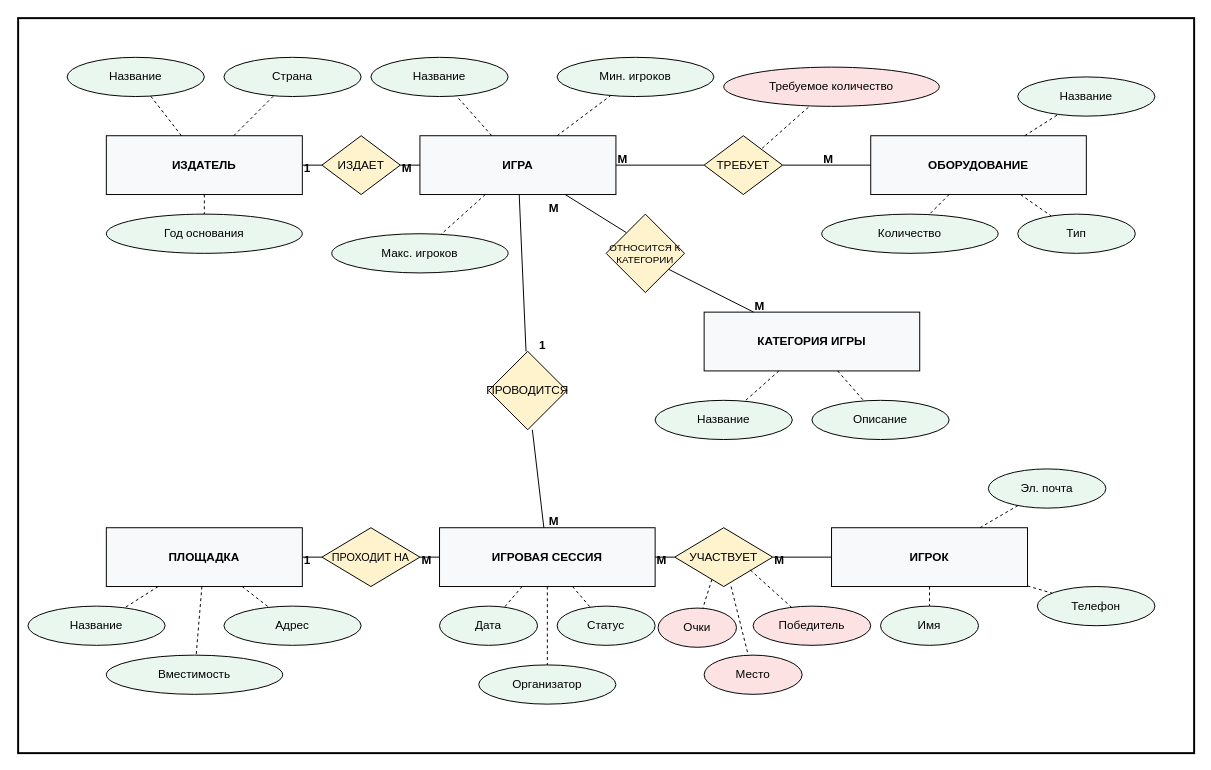
Earlier version of the draw.io diagram page "1. Диаграмма Чена (ER)" (1 of 3) of отчет/диаграммы.drawio (akostt/games-sharp). Source tidied: cells renumbered, new cells numbered last; positions are measured from the earlier drawing's top-left corner, leaving out a move shared by most shapes. Both pictures are drawn from the tidied source at 98%, with x=0, y=0 at pixel (18, 18).
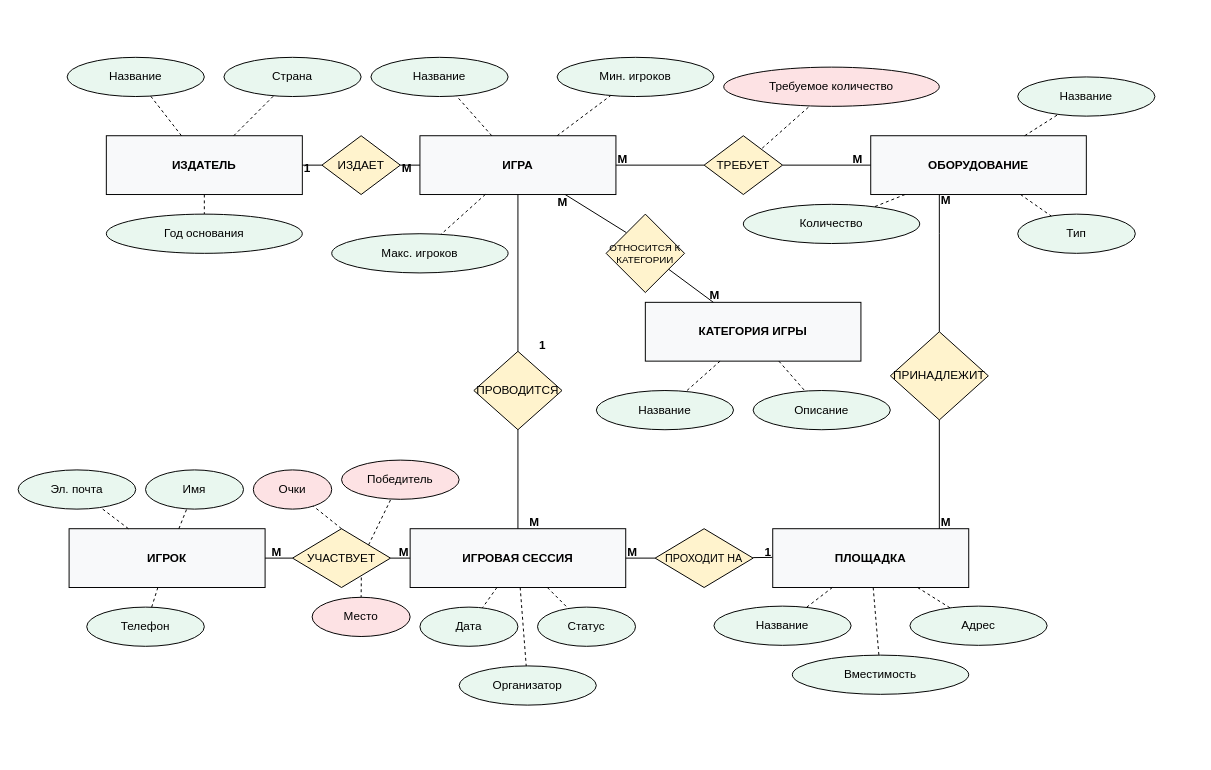
After the change.

The change refers to these unchanged cells:
```xml
<mxCell id="6" value="ОБОРУДОВАНИЕ" style="shape=rectangle;whiteSpace=wrap;html=1;strokeColor=#000000;fillColor=#f8f9fa;fontStyle=1;" parent="1" vertex="1">
  <mxGeometry x="870" y="120" width="220" height="60" as="geometry" />
</mxCell>
```

Diff of the diagram source:
```diff
@@
-    <mxCell id="2" style="shape=rectangle;whiteSpace=wrap;html=1;strokeColor=#000000;fillColor=none;strokeWidth=2;" parent="1" vertex="1">
-      <mxGeometry width="1200" height="750" as="geometry" />
-    </mxCell>
@@
     <mxCell id="5" value="КАТЕГОРИЯ ИГРЫ" style="shape=rectangle;whiteSpace=wrap;html=1;strokeColor=#000000;fillColor=#f8f9fa;fontStyle=1;" parent="1" vertex="1">
-      <mxGeometry x="700" y="300" width="220" height="60" as="geometry" />
+      <mxGeometry x="640" y="290" width="220" height="60" as="geometry" />
     </mxCell>
+    <mxCell id="88" style="edgeStyle=orthogonalEdgeStyle;rounded=0;jettySize=auto;html=1;endArrow=none;endFill=0;" parent="1" edge="1" source="6" target="89">
+      <mxGeometry relative="1" as="geometry">
+        <Array as="points">
+          <mxPoint x="940" y="220" />
+          <mxPoint x="940" y="220" />
+        </Array>
+      </mxGeometry>
+    </mxCell>
@@
     <mxCell id="7" value="ПЛОЩАДКА" style="shape=rectangle;whiteSpace=wrap;html=1;strokeColor=#000000;fillColor=#f8f9fa;fontStyle=1;" parent="1" vertex="1">
-      <mxGeometry x="90" y="520" width="200" height="60" as="geometry" />
+      <mxGeometry x="770" y="521" width="200" height="60" as="geometry" />
     </mxCell>
     <mxCell id="8" value="ИГРОВАЯ СЕССИЯ" style="shape=rectangle;whiteSpace=wrap;html=1;strokeColor=#000000;fillColor=#f8f9fa;fontStyle=1;" parent="1" vertex="1">
-      <mxGeometry x="430" y="520" width="220" height="60" as="geometry" />
+      <mxGeometry x="400" y="521" width="220" height="60" as="geometry" />
     </mxCell>
     <mxCell id="9" value="ИГРОК" style="shape=rectangle;whiteSpace=wrap;html=1;strokeColor=#000000;fillColor=#f8f9fa;fontStyle=1;" parent="1" vertex="1">
-      <mxGeometry x="830" y="520" width="200" height="60" as="geometry" />
+      <mxGeometry x="52" y="521" width="200" height="60" as="geometry" />
     </mxCell>
@@
     <mxCell id="13" value="ПРОВОДИТСЯ" style="shape=rhombus;whiteSpace=wrap;html=1;strokeColor=#000000;fillColor=#fff3cd;" parent="1" vertex="1">
-      <mxGeometry x="480" y="340" width="80" height="80" as="geometry" />
+      <mxGeometry x="465" y="340" width="90" height="80" as="geometry" />
     </mxCell>
     <mxCell id="14" value="ПРОХОДИТ НА" style="shape=rhombus;whiteSpace=wrap;html=1;strokeColor=#000000;fillColor=#fff3cd;fontSize=11;" parent="1" vertex="1">
-      <mxGeometry x="310" y="520" width="100" height="60" as="geometry" />
+      <mxGeometry x="650" y="521" width="100" height="60" as="geometry" />
     </mxCell>
     <mxCell id="15" value="УЧАСТВУЕТ" style="shape=rhombus;whiteSpace=wrap;html=1;strokeColor=#000000;fillColor=#fff3cd;" parent="1" vertex="1">
-      <mxGeometry x="670" y="520" width="100" height="60" as="geometry" />
+      <mxGeometry x="280" y="521" width="100" height="60" as="geometry" />
     </mxCell>
@@
     <mxCell id="18" value="М" style="text;html=1;strokeColor=none;fillColor=none;fontStyle=1;" parent="1" vertex="1">
-      <mxGeometry x="540" y="180" width="20" height="20" as="geometry" />
+      <mxGeometry x="549" y="174" width="20" height="20" as="geometry" />
     </mxCell>
     <mxCell id="19" value="М" style="text;html=1;strokeColor=none;fillColor=none;fontStyle=1;" parent="1" vertex="1">
-      <mxGeometry x="750" y="280" width="20" height="20" as="geometry" />
+      <mxGeometry x="704" y="269" width="20" height="20" as="geometry" />
     </mxCell>
@@
     <mxCell id="21" value="М" style="text;html=1;strokeColor=none;fillColor=none;fontStyle=1;" parent="1" vertex="1">
-      <mxGeometry x="820" y="130" width="20" height="20" as="geometry" />
+      <mxGeometry x="850" y="130" width="20" height="20" as="geometry" />
     </mxCell>
@@
     <mxCell id="23" value="М" style="text;html=1;strokeColor=none;fillColor=none;fontStyle=1;" parent="1" vertex="1">
-      <mxGeometry x="540" y="500" width="20" height="20" as="geometry" />
+      <mxGeometry x="520" y="501" width="20" height="20" as="geometry" />
     </mxCell>
     <mxCell id="24" value="1" style="text;html=1;strokeColor=none;fillColor=none;fontStyle=1;" parent="1" vertex="1">
-      <mxGeometry x="290" y="540" width="20" height="20" as="geometry" />
+      <mxGeometry x="760" y="531" width="20" height="20" as="geometry" />
     </mxCell>
     <mxCell id="25" value="М" style="text;html=1;strokeColor=none;fillColor=none;fontStyle=1;" parent="1" vertex="1">
-      <mxGeometry x="410" y="540" width="20" height="20" as="geometry" />
+      <mxGeometry x="620" y="531" width="20" height="20" as="geometry" />
     </mxCell>
     <mxCell id="26" value="М" style="text;html=1;strokeColor=none;fillColor=none;fontStyle=1;" parent="1" vertex="1">
-      <mxGeometry x="650" y="540" width="20" height="20" as="geometry" />
+      <mxGeometry x="387" y="531" width="20" height="20" as="geometry" />
     </mxCell>
     <mxCell id="27" value="М" style="text;html=1;strokeColor=none;fillColor=none;fontStyle=1;" parent="1" vertex="1">
-      <mxGeometry x="770" y="540" width="20" height="20" as="geometry" />
+      <mxGeometry x="257" y="531" width="20" height="20" as="geometry" />
     </mxCell>
@@
     <mxCell id="34" value="Название" style="ellipse;whiteSpace=wrap;html=1;strokeColor=#000000;fillColor=#e9f7ef;" parent="1" vertex="1">
-      <mxGeometry x="650" y="390" width="140" height="40" as="geometry" />
+      <mxGeometry x="590" y="380" width="140" height="40" as="geometry" />
     </mxCell>
     <mxCell id="35" value="Описание" style="ellipse;whiteSpace=wrap;html=1;strokeColor=#000000;fillColor=#e9f7ef;" parent="1" vertex="1">
-      <mxGeometry x="810" y="390" width="140" height="40" as="geometry" />
+      <mxGeometry x="750" y="380" width="140" height="40" as="geometry" />
     </mxCell>
@@
     <mxCell id="38" value="Количество" style="ellipse;whiteSpace=wrap;html=1;strokeColor=#000000;fillColor=#e9f7ef;" parent="1" vertex="1">
-      <mxGeometry x="820" y="200" width="180" height="40" as="geometry" />
+      <mxGeometry x="740" y="190" width="180" height="40" as="geometry" />
     </mxCell>
     <mxCell id="39" value="Дата" style="ellipse;whiteSpace=wrap;html=1;strokeColor=#000000;fillColor=#e9f7ef;" parent="1" vertex="1">
-      <mxGeometry x="430" y="600" width="100" height="40" as="geometry" />
+      <mxGeometry x="410" y="601" width="100" height="40" as="geometry" />
     </mxCell>
     <mxCell id="40" value="Статус" style="ellipse;whiteSpace=wrap;html=1;strokeColor=#000000;fillColor=#e9f7ef;" parent="1" vertex="1">
-      <mxGeometry x="550" y="600" width="100" height="40" as="geometry" />
+      <mxGeometry x="530" y="601" width="100" height="40" as="geometry" />
     </mxCell>
     <mxCell id="41" value="Организатор" style="ellipse;whiteSpace=wrap;html=1;strokeColor=#000000;fillColor=#e9f7ef;" parent="1" vertex="1">
-      <mxGeometry x="470" y="660" width="140" height="40" as="geometry" />
+      <mxGeometry x="450" y="661" width="140" height="40" as="geometry" />
     </mxCell>
     <mxCell id="42" value="Название" style="ellipse;whiteSpace=wrap;html=1;strokeColor=#000000;fillColor=#e9f7ef;" parent="1" vertex="1">
-      <mxGeometry x="10" y="600" width="140" height="40" as="geometry" />
+      <mxGeometry x="710" y="600" width="140" height="40" as="geometry" />
     </mxCell>
     <mxCell id="43" value="Адрес" style="ellipse;whiteSpace=wrap;html=1;strokeColor=#000000;fillColor=#e9f7ef;" parent="1" vertex="1">
-      <mxGeometry x="210" y="600" width="140" height="40" as="geometry" />
+      <mxGeometry x="910" y="600" width="140" height="40" as="geometry" />
     </mxCell>
     <mxCell id="44" value="Вместимость" style="ellipse;whiteSpace=wrap;html=1;strokeColor=#000000;fillColor=#e9f7ef;" parent="1" vertex="1">
-      <mxGeometry x="90" y="650" width="180" height="40" as="geometry" />
+      <mxGeometry x="790" y="650" width="180" height="40" as="geometry" />
     </mxCell>
     <mxCell id="45" value="Имя" style="ellipse;whiteSpace=wrap;html=1;strokeColor=#000000;fillColor=#e9f7ef;" parent="1" vertex="1">
-      <mxGeometry x="880" y="600" width="100" height="40" as="geometry" />
+      <mxGeometry x="130" y="461" width="100" height="40" as="geometry" />
     </mxCell>
     <mxCell id="46" value="Эл. почта" style="ellipse;whiteSpace=wrap;html=1;strokeColor=#000000;fillColor=#e9f7ef;" parent="1" vertex="1">
-      <mxGeometry x="990" y="460" width="120" height="40" as="geometry" />
+      <mxGeometry y="461" width="120" height="40" as="geometry" />
     </mxCell>
     <mxCell id="47" value="Телефон" style="ellipse;whiteSpace=wrap;html=1;strokeColor=#000000;fillColor=#e9f7ef;" parent="1" vertex="1">
-      <mxGeometry x="1040" y="580" width="120" height="40" as="geometry" />
+      <mxGeometry x="70" y="601" width="120" height="40" as="geometry" />
     </mxCell>
@@
     <mxCell id="49" value="Очки" style="ellipse;whiteSpace=wrap;html=1;strokeColor=#000000;fillColor=#fde2e4;" parent="1" vertex="1">
-      <mxGeometry x="653" y="602" width="80" height="40" as="geometry" />
+      <mxGeometry x="240" y="461" width="80" height="40" as="geometry" />
     </mxCell>
     <mxCell id="50" value="Победитель" style="ellipse;whiteSpace=wrap;html=1;strokeColor=#000000;fillColor=#fde2e4;" parent="1" vertex="1">
-      <mxGeometry x="750" y="600" width="120" height="40" as="geometry" />
+      <mxGeometry x="330" y="451" width="120" height="40" as="geometry" />
     </mxCell>
     <mxCell id="51" value="Место" style="ellipse;whiteSpace=wrap;html=1;strokeColor=#000000;fillColor=#fde2e4;" parent="1" vertex="1">
-      <mxGeometry x="700" y="650" width="100" height="40" as="geometry" />
+      <mxGeometry x="300" y="591" width="100" height="40" as="geometry" />
     </mxCell>
@@
-    <mxCell id="60" style="edgeStyle=none;rounded=0;html=1;endArrow=none;strokeColor=#000000;" parent="1" edge="1" source="7" target="14">
-      <mxGeometry relative="1" as="geometry" />
+    <mxCell id="60" style="edgeStyle=none;rounded=0;html=1;endArrow=none;strokeColor=#000000;entryX=0;entryY=0.5;entryDx=0;entryDy=0;exitX=1;exitY=0.5;exitDx=0;exitDy=0;" parent="1" edge="1" source="8">
+      <mxGeometry relative="1" as="geometry">
+        <mxPoint x="650" y="551" as="targetPoint" />
+      </mxGeometry>
     </mxCell>
-    <mxCell id="61" style="edgeStyle=none;rounded=0;html=1;endArrow=none;strokeColor=#000000;" parent="1" edge="1" source="14" target="8">
+    <mxCell id="61" style="edgeStyle=none;rounded=0;html=1;endArrow=none;strokeColor=#000000;entryX=-0.003;entryY=0.488;entryDx=0;entryDy=0;entryPerimeter=0;" parent="1" edge="1" source="14" target="7">
       <mxGeometry relative="1" as="geometry" />
     </mxCell>
-    <mxCell id="62" style="edgeStyle=none;rounded=0;html=1;endArrow=none;strokeColor=#000000;" parent="1" edge="1" source="8" target="15">
+    <mxCell id="62" style="edgeStyle=none;rounded=0;html=1;endArrow=none;strokeColor=#000000;exitX=0;exitY=0.5;exitDx=0;exitDy=0;" parent="1" edge="1" source="8" target="15">
       <mxGeometry relative="1" as="geometry" />
     </mxCell>
@@
-    <mxCell id="85" style="edgeStyle=none;rounded=0;html=1;endArrow=none;dashed=1;strokeColor=#000000;exitX=0.379;exitY=0.88;exitDx=0;exitDy=0;exitPerimeter=0;" parent="1" edge="1" source="15" target="49">
+    <mxCell id="85" style="edgeStyle=none;rounded=0;html=1;endArrow=none;dashed=1;strokeColor=#000000;exitX=0.5;exitY=0;exitDx=0;exitDy=0;" parent="1" edge="1" source="15" target="49">
       <mxGeometry relative="1" as="geometry" />
     </mxCell>
-    <mxCell id="86" style="edgeStyle=none;rounded=0;html=1;endArrow=none;dashed=1;strokeColor=#000000;exitX=0.772;exitY=0.72;exitDx=0;exitDy=0;exitPerimeter=0;" parent="1" edge="1" source="15" target="50">
+    <mxCell id="86" style="edgeStyle=none;rounded=0;html=1;endArrow=none;dashed=1;strokeColor=#000000;exitX=0.776;exitY=0.276;exitDx=0;exitDy=0;exitPerimeter=0;" parent="1" edge="1" source="15" target="50">
       <mxGeometry relative="1" as="geometry" />
     </mxCell>
-    <mxCell id="87" style="edgeStyle=none;rounded=0;html=1;endArrow=none;dashed=1;strokeColor=#000000;" parent="1" edge="1" source="15" target="51">
+    <mxCell id="87" style="edgeStyle=none;rounded=0;html=1;endArrow=none;dashed=1;strokeColor=#000000;exitX=0.702;exitY=0.83;exitDx=0;exitDy=0;exitPerimeter=0;" parent="1" edge="1" source="15" target="51">
       <mxGeometry relative="1" as="geometry" />
     </mxCell>
+    <mxCell id="89" value="&lt;span style=&quot;font-size: 12px;&quot;&gt;ПРИНАДЛЕЖИТ&lt;/span&gt;" style="shape=rhombus;whiteSpace=wrap;html=1;strokeColor=#000000;fillColor=#fff3cd;fontSize=10;" parent="1" vertex="1">
+      <mxGeometry x="890" y="320" width="100" height="90" as="geometry" />
+    </mxCell>
+    <mxCell id="90" style="edgeStyle=orthogonalEdgeStyle;rounded=0;jettySize=auto;html=1;endArrow=none;endFill=0;entryX=0.85;entryY=0;entryDx=0;entryDy=0;entryPerimeter=0;" parent="1" edge="1" source="89" target="7">
+      <mxGeometry relative="1" as="geometry" />
+    </mxCell>
+    <mxCell id="91" value="М" style="text;html=1;strokeColor=none;fillColor=none;fontStyle=1;" parent="1" vertex="1">
+      <mxGeometry x="940" y="172" width="20" height="20" as="geometry" />
+    </mxCell>
+    <mxCell id="92" value="М" style="text;html=1;strokeColor=none;fillColor=none;fontStyle=1;" parent="1" vertex="1">
+      <mxGeometry x="940" y="501" width="20" height="20" as="geometry" />
+    </mxCell>
```
